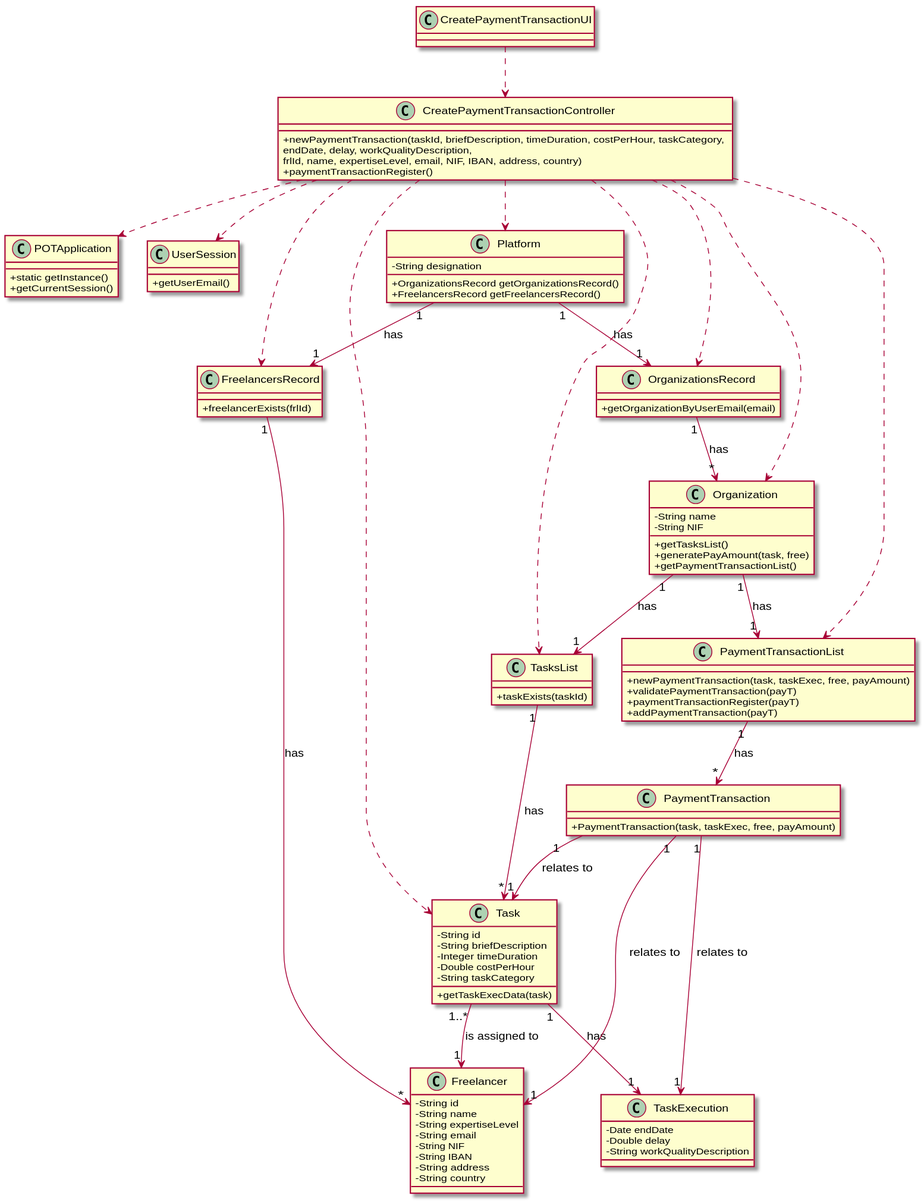
Before: docs/UC3 - Create Payment Transaction/UC3_CD.svg, a diagram exported from PlantUML (pedrolemos4/LAPR2).
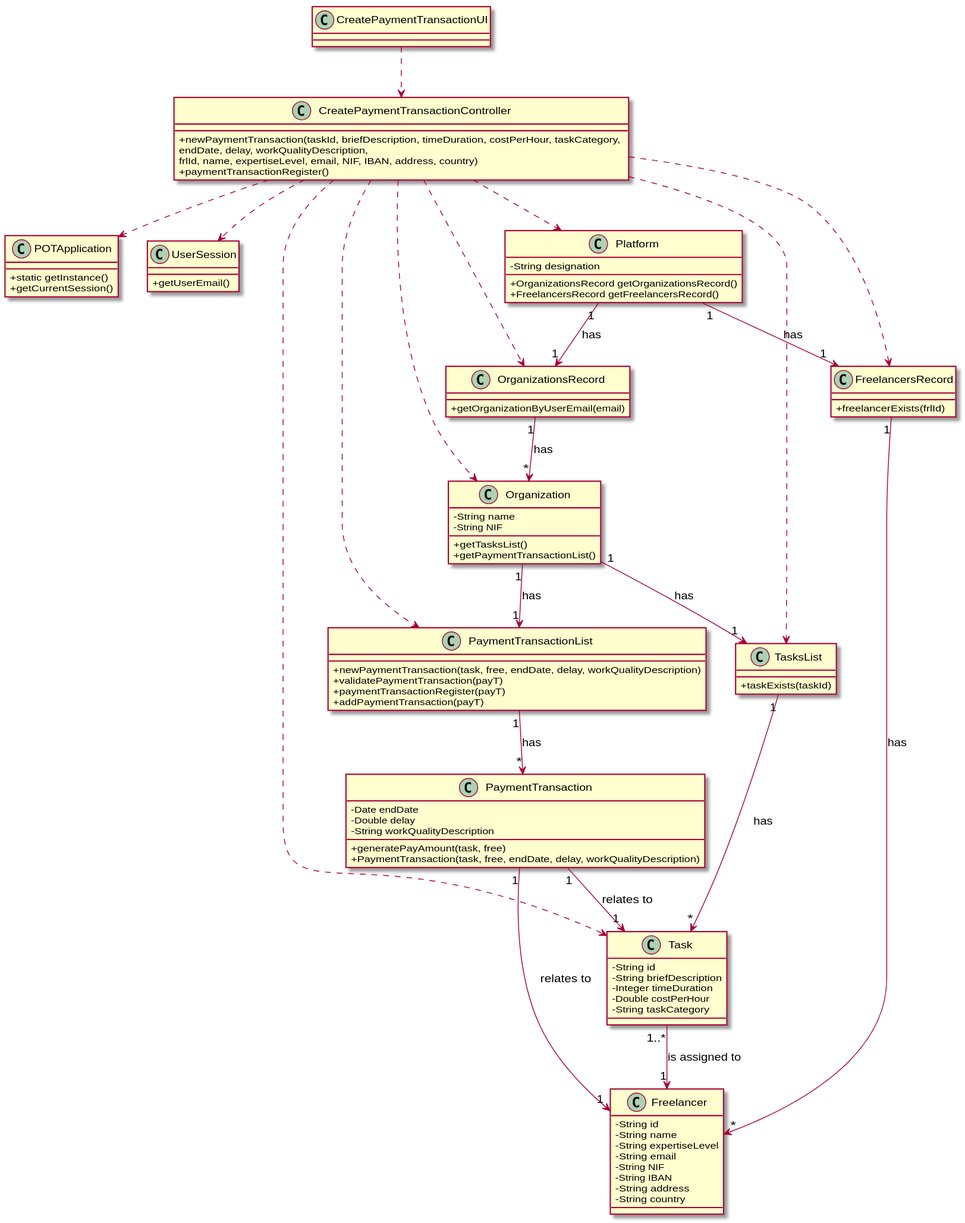
The same file after the commit.

Change to the diagram source:
```diff
@@ -18,7 +18,6 @@
   -Integer timeDuration
   -Double costPerHour
   -String taskCategory
-  +getTaskExecData(task)
 }
 
 class Freelancer {
@@ -36,7 +35,6 @@
   -String name
   -String NIF
   +getTasksList()
-  +generatePayAmount(task, free)
   +getPaymentTransactionList()
 
 }
@@ -68,17 +66,15 @@
 }
 
 class PaymentTransaction{
-  +PaymentTransaction(task, taskExec, free, payAmount)
-}
-
-class TaskExecution {
- -Date endDate
- -Double delay
- -String workQualityDescription
+  -Date endDate
+  -Double delay
+  -String workQualityDescription
+  +generatePayAmount(task, free)
+  +PaymentTransaction(task, free, endDate, delay, workQualityDescription)
 }
 
 class PaymentTransactionList{
-  +newPaymentTransaction(task, taskExec, free, payAmount)
+  +newPaymentTransaction(task, free, endDate, delay, workQualityDescription)
   +validatePaymentTransaction(payT)
   +paymentTransactionRegister(payT)
   +addPaymentTransaction(payT)
@@ -103,10 +99,8 @@
 Organization "1" --> "1" PaymentTransactionList : has
 PaymentTransactionList "1" --> "*" PaymentTransaction : has
 TasksList "1" --> "*" Task : has
-Task "1" --> "1" TaskExecution : has
 Task "1..*" --> "1" Freelancer : is assigned to
 
 PaymentTransaction "1" --> "1" Freelancer : relates to
 PaymentTransaction "1" --> "1" Task : relates to
-PaymentTransaction "1" --> "1" TaskExecution : relates to
 @enduml
```
